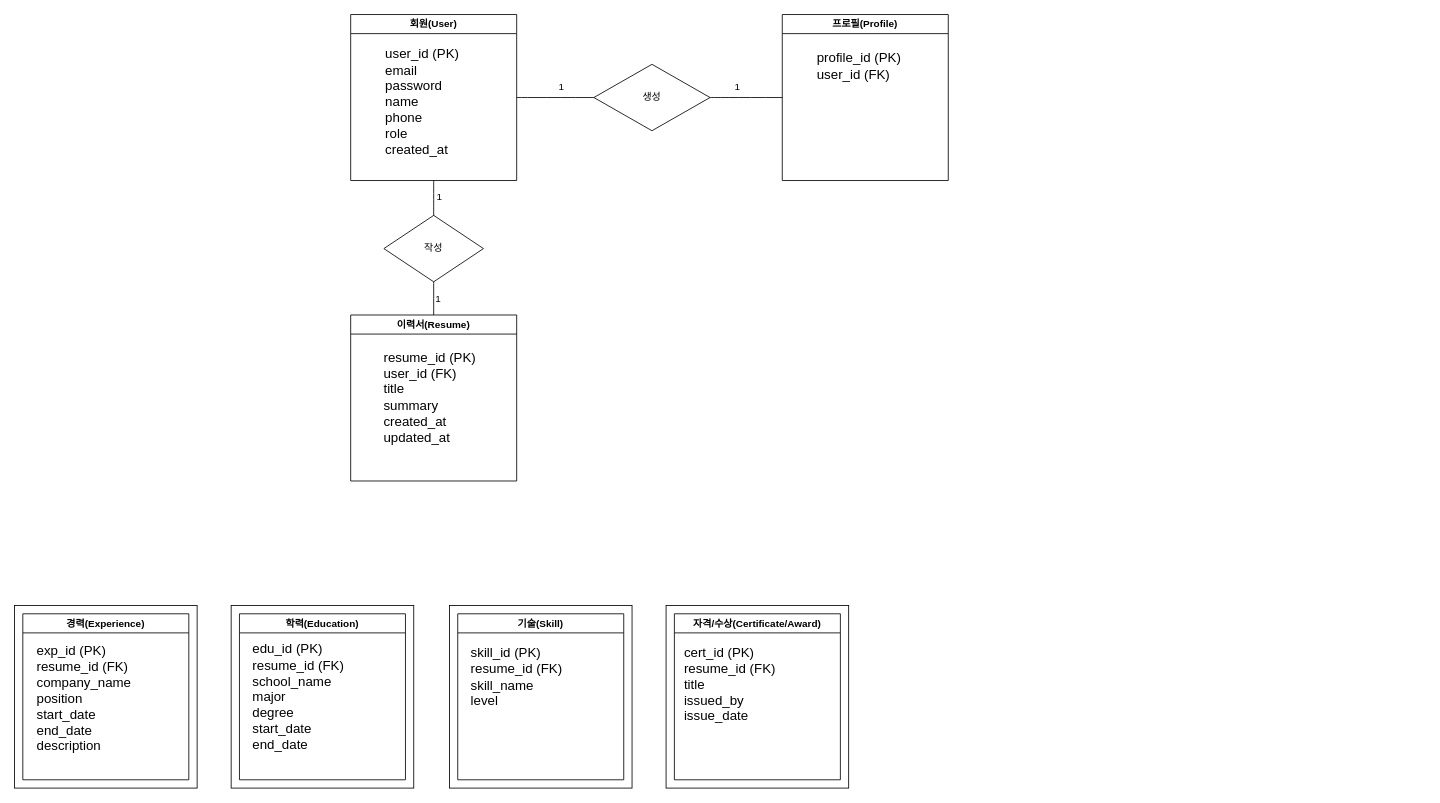
This is test1.drawio from learnner-ms/WebProject, a draw.io file, before an edit. Source tidied: cells renumbered, new cells numbered last; positions are measured from the earlier drawing's top-left corner, leaving out a move shared by most shapes. Both pictures are drawn from the tidied source at 83%, with x=0, y=0 at pixel (14, 14).
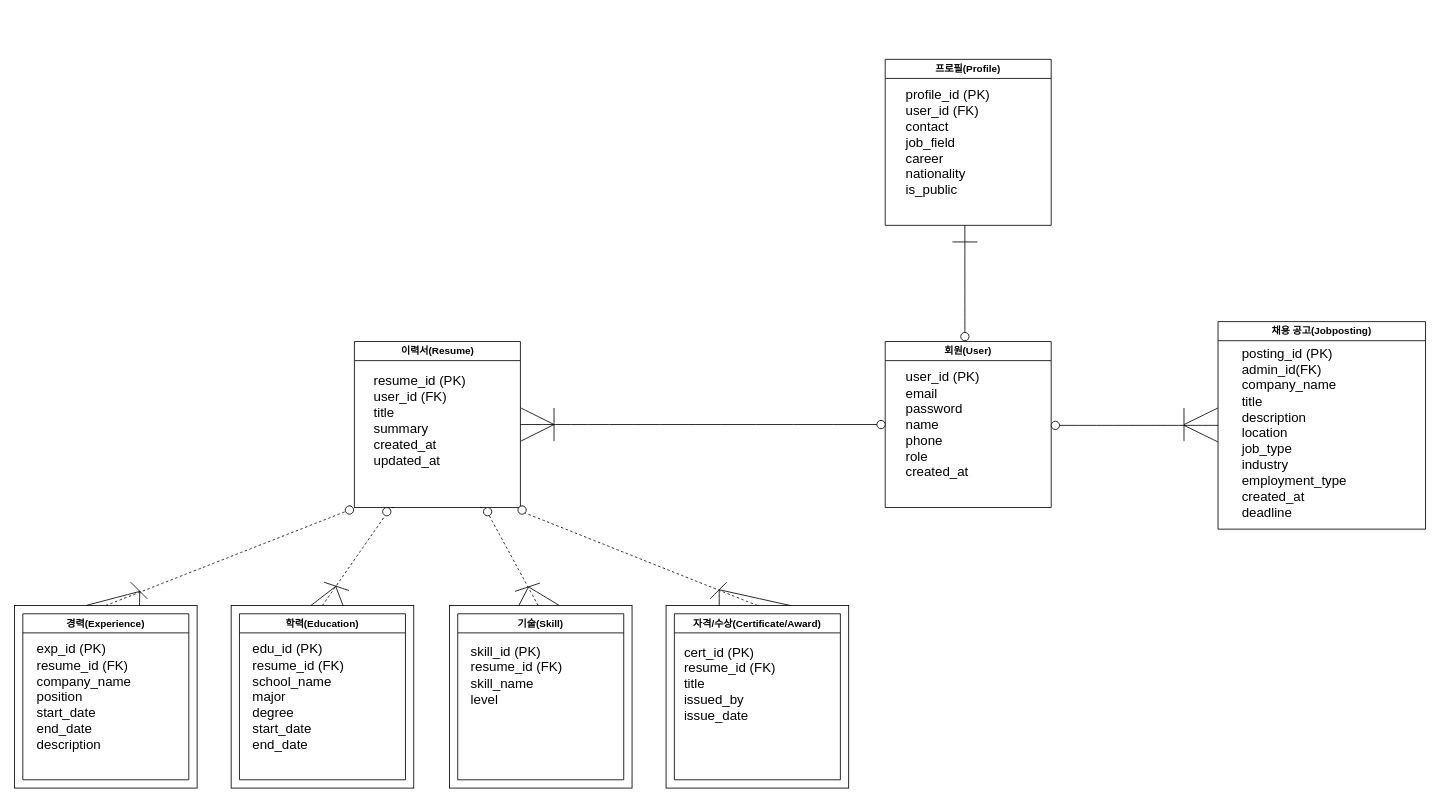
The same page after the edit.

Unchanged cells that the change refers to:
```xml
<mxCell id="16" style="rounded=0;whiteSpace=wrap;html=1;" parent="15" vertex="1">
  <mxGeometry width="220" height="220" as="geometry" />
</mxCell>
<mxCell id="17" value="경력(Experience)" style="swimlane;whiteSpace=wrap;html=1;" parent="15" vertex="1">
  <mxGeometry x="10" y="10" width="200" height="200" as="geometry" />
</mxCell>
<mxCell id="20" style="rounded=0;whiteSpace=wrap;html=1;" parent="19" vertex="1">
  <mxGeometry width="220" height="220" as="geometry" />
</mxCell>
<mxCell id="24" style="rounded=0;whiteSpace=wrap;html=1;" parent="23" vertex="1">
  <mxGeometry width="220" height="220" as="geometry" />
</mxCell>
<mxCell id="25" value="기술(Skill)" style="swimlane;whiteSpace=wrap;html=1;" parent="23" vertex="1">
  <mxGeometry x="10" y="10" width="200" height="200" as="geometry" />
</mxCell>
<mxCell id="27" style="group;" parent="1" vertex="1">
  <mxGeometry x="785" y="712" width="220" height="220" as="geometry" />
</mxCell>
<mxCell id="28" style="rounded=0;whiteSpace=wrap;html=1;" parent="27" vertex="1">
  <mxGeometry width="220" height="220" as="geometry" />
</mxCell>
```

What changed in the source:
```diff
@@
-    <mxCell id="2" style="endArrow=none;html=1;rounded=0;fontSize=12;startSize=8;endSize=8;curved=1;exitX=0.5;exitY=1;exitDx=0;exitDy=0;entryX=0.5;entryY=0;entryDx=0;entryDy=0;" parent="1" edge="1" source="5" target="12">
-      <mxGeometry relative="1" as="geometry" />
-    </mxCell>
-    <mxCell id="3" value="1" style="html=1;whiteSpace=wrap;align=left;verticalAlign=bottom;" parent="2" vertex="1">
-      <mxGeometry x="-1" relative="1" as="geometry">
-        <mxPoint x="2" y="28" as="offset" />
-      </mxGeometry>
-    </mxCell>
-    <mxCell id="4" value="1" style="html=1;whiteSpace=wrap;align=right;verticalAlign=bottom;" parent="2" vertex="1">
-      <mxGeometry x="1" relative="1" as="geometry">
-        <mxPoint x="10" y="-11" as="offset" />
-      </mxGeometry>
-    </mxCell>
     <mxCell id="5" value="회원(User)" style="swimlane;whiteSpace=wrap;html=1;" parent="1" vertex="1">
-      <mxGeometry x="405" width="200" height="200" as="geometry" />
+      <mxGeometry x="1049" y="394" width="200" height="200" as="geometry" />
     </mxCell>
     <mxCell id="6" value="user_id (PK)&lt;div&gt;email&lt;/div&gt;&lt;div&gt;password&lt;/div&gt;&lt;div&gt;name&lt;/div&gt;&lt;div&gt;phone&lt;/div&gt;&lt;div&gt;role&lt;/div&gt;&lt;div&gt;created_at&lt;/div&gt;" style="text;html=1;align=left;verticalAlign=middle;strokeColor=none;fillColor=none;fontSize=16;" parent="5" vertex="1">
-      <mxGeometry x="40" y="30" width="110" height="150" as="geometry" />
+      <mxGeometry x="23" y="25" width="110" height="150" as="geometry" />
     </mxCell>
-    <mxCell id="7" value="생성" style="rhombus;whiteSpace=wrap;html=1;" parent="1" vertex="1">
-      <mxGeometry x="698" y="60" width="140" height="80" as="geometry" />
-    </mxCell>
     <mxCell id="8" value="프로필(Profile)" style="swimlane;whiteSpace=wrap;html=1;" parent="1" vertex="1">
-      <mxGeometry x="925" width="200" height="200" as="geometry" />
+      <mxGeometry x="1049" y="54" width="200" height="200" as="geometry" />
     </mxCell>
-    <mxCell id="9" value="profile_id (PK)&lt;div&gt;user_id (FK)&lt;/div&gt;" style="text;html=1;align=left;verticalAlign=middle;strokeColor=none;fillColor=none;fontSize=16;" parent="1" vertex="1">
-      <mxGeometry x="965" y="37" width="120" height="50" as="geometry" />
+    <mxCell id="9" value="profile_id (PK)&lt;div&gt;user_id (FK)&lt;/div&gt;&lt;div&gt;contact&lt;/div&gt;&lt;div&gt;job_field&lt;/div&gt;&lt;div&gt;career&lt;/div&gt;&lt;div&gt;nationality&lt;/div&gt;&lt;div&gt;is_public&lt;/div&gt;" style="text;html=1;align=left;verticalAlign=middle;strokeColor=none;fillColor=none;fontSize=16;" parent="8" vertex="1">
+      <mxGeometry x="23" y="25" width="120" height="150" as="geometry" />
     </mxCell>
-    <mxCell id="10" style="endArrow=none;html=1;rounded=0;fontSize=12;startSize=8;endSize=8;curved=1;exitX=1;exitY=0.5;exitDx=0;exitDy=0;entryX=0;entryY=0.5;entryDx=0;entryDy=0;" parent="1" edge="1" source="5" target="7">
-      <mxGeometry relative="1" as="geometry" />
-    </mxCell>
-    <mxCell id="11" style="endArrow=none;html=1;rounded=0;fontSize=12;startSize=8;endSize=8;curved=1;exitX=1;exitY=0.5;exitDx=0;exitDy=0;entryX=0;entryY=0.5;entryDx=0;entryDy=0;" parent="1" edge="1" source="7" target="8">
-      <mxGeometry relative="1" as="geometry" />
-    </mxCell>
     <mxCell id="12" value="이력서(Resume)" style="swimlane;whiteSpace=wrap;html=1;" parent="1" vertex="1">
-      <mxGeometry x="405" y="362" width="200" height="200" as="geometry" />
+      <mxGeometry x="409.5" y="394" width="200" height="200" as="geometry" />
     </mxCell>
     <mxCell id="13" value="resume_id (PK)&lt;div&gt;user_id (FK)&lt;/div&gt;&lt;div&gt;title&lt;/div&gt;&lt;div&gt;summary&lt;/div&gt;&lt;div&gt;created_at&lt;/div&gt;&lt;div&gt;updated_at&lt;/div&gt;" style="text;html=1;align=left;verticalAlign=middle;strokeColor=none;fillColor=none;fontSize=16;" parent="12" vertex="1">
-      <mxGeometry x="38" y="34" width="130" height="130" as="geometry" />
+      <mxGeometry x="21" y="30" width="130" height="130" as="geometry" />
     </mxCell>
-    <mxCell id="14" value="작성" style="rhombus;whiteSpace=wrap;html=1;" parent="1" vertex="1">
-      <mxGeometry x="445" y="242" width="120" height="80" as="geometry" />
-    </mxCell>
@@
     <mxCell id="18" value="&lt;font style=&quot;font-size: 16px;&quot;&gt;exp_id (PK)&lt;/font&gt;&lt;div&gt;&lt;font style=&quot;font-size: 16px;&quot;&gt;resume_id (FK)&lt;/font&gt;&lt;/div&gt;&lt;div&gt;&lt;font style=&quot;font-size: 16px;&quot;&gt;company_name&lt;/font&gt;&lt;/div&gt;&lt;div&gt;&lt;font style=&quot;font-size: 16px;&quot;&gt;position&lt;/font&gt;&lt;/div&gt;&lt;div&gt;&lt;font style=&quot;font-size: 16px;&quot;&gt;start_date&lt;/font&gt;&lt;/div&gt;&lt;div&gt;&lt;font style=&quot;font-size: 16px;&quot;&gt;end_date&lt;/font&gt;&lt;/div&gt;&lt;div&gt;&lt;font style=&quot;font-size: 16px;&quot;&gt;description&lt;/font&gt;&lt;/div&gt;" style="text;html=1;align=left;verticalAlign=middle;whiteSpace=wrap;rounded=0;" parent="17" vertex="1">
-      <mxGeometry x="15" y="32" width="140" height="140" as="geometry" />
+      <mxGeometry x="15" y="30" width="140" height="140" as="geometry" />
     </mxCell>
@@
     <mxCell id="26" value="&lt;font style=&quot;font-size: 16px;&quot;&gt;skill_id (PK)&lt;/font&gt;&lt;div&gt;&lt;font style=&quot;font-size: 16px;&quot;&gt;resume_id (FK)&lt;/font&gt;&lt;/div&gt;&lt;div&gt;&lt;span style=&quot;font-size: 16px;&quot;&gt;skill_name&lt;/span&gt;&lt;/div&gt;&lt;div&gt;&lt;span style=&quot;font-size: 16px;&quot;&gt;level&lt;/span&gt;&lt;/div&gt;" style="text;html=1;align=left;verticalAlign=middle;whiteSpace=wrap;rounded=0;" parent="25" vertex="1">
-      <mxGeometry x="14" y="32" width="140" height="88" as="geometry" />
+      <mxGeometry x="14" y="30" width="140" height="88" as="geometry" />
     </mxCell>
@@
     <mxCell id="30" value="&lt;font style=&quot;font-size: 16px;&quot;&gt;cert_id (PK)&lt;/font&gt;&lt;div&gt;&lt;font style=&quot;font-size: 16px;&quot;&gt;resume_id (FK)&lt;/font&gt;&lt;/div&gt;&lt;div&gt;&lt;span style=&quot;font-size: 16px;&quot;&gt;title&lt;/span&gt;&lt;/div&gt;&lt;div&gt;&lt;span style=&quot;font-size: 16px;&quot;&gt;issued_by&lt;/span&gt;&lt;/div&gt;&lt;div&gt;&lt;span style=&quot;font-size: 16px;&quot;&gt;issue_date&lt;/span&gt;&lt;/div&gt;" style="text;html=1;align=left;verticalAlign=middle;whiteSpace=wrap;rounded=0;" parent="27" vertex="1">
-      <mxGeometry x="20" y="40" width="140" height="110" as="geometry" />
+      <mxGeometry x="20" y="39" width="140" height="110" as="geometry" />
     </mxCell>
-    <mxCell id="31" value="1" style="text;strokeColor=none;fillColor=none;spacingLeft=4;spacingRight=4;overflow=hidden;fontSize=12;whiteSpace=wrap;html=1;" parent="1" vertex="1">
-      <mxGeometry x="650" y="74" width="40" height="30" as="geometry" />
-    </mxCell>
-    <mxCell id="32" value="1" style="text;strokeColor=none;fillColor=none;spacingLeft=4;spacingRight=4;overflow=hidden;fontSize=12;whiteSpace=wrap;html=1;" parent="1" vertex="1">
-      <mxGeometry x="862" y="73" width="40" height="30" as="geometry" />
-    </mxCell>
+    <mxCell id="33" style="endArrow=none;dashed=1;html=1;rounded=0;fontSize=12;startSize=8;endSize=8;curved=1;exitX=0.5;exitY=0;exitDx=0;exitDy=0;" parent="1" edge="1" source="50">
+      <mxGeometry relative="1" as="geometry">
+        <mxPoint x="410" y="594" as="targetPoint" />
+      </mxGeometry>
+    </mxCell>
+    <mxCell id="34" style="endArrow=none;dashed=1;html=1;rounded=0;fontSize=12;startSize=8;endSize=8;curved=1;entryX=0.25;entryY=1;entryDx=0;entryDy=0;exitX=0.5;exitY=0;exitDx=0;exitDy=0;" parent="1" edge="1" source="54" target="12">
+      <mxGeometry relative="1" as="geometry" />
+    </mxCell>
+    <mxCell id="35" style="endArrow=none;dashed=1;html=1;rounded=0;fontSize=12;startSize=8;endSize=8;curved=1;entryX=0.75;entryY=1;entryDx=0;entryDy=0;exitX=0.5;exitY=0;exitDx=0;exitDy=0;" parent="1" edge="1" source="52" target="12">
+      <mxGeometry relative="1" as="geometry" />
+    </mxCell>
+    <mxCell id="36" style="endArrow=none;dashed=1;html=1;rounded=0;fontSize=12;startSize=8;endSize=8;curved=1;entryX=1;entryY=1;entryDx=0;entryDy=0;exitX=0.5;exitY=0;exitDx=0;exitDy=0;" parent="1" edge="1" source="56" target="12">
+      <mxGeometry relative="1" as="geometry" />
+    </mxCell>
+    <mxCell id="37" style="endArrow=none;html=1;rounded=0;fontSize=12;startSize=8;endSize=8;curved=1;" parent="1" edge="1">
+      <mxGeometry relative="1" as="geometry">
+        <mxPoint x="160" y="704" as="sourcePoint" />
+        <mxPoint x="140" y="684" as="targetPoint" />
+      </mxGeometry>
+    </mxCell>
+    <mxCell id="38" style="endArrow=none;html=1;rounded=0;fontSize=12;startSize=8;endSize=8;curved=1;exitX=0.684;exitY=0.003;exitDx=0;exitDy=0;exitPerimeter=0;" parent="1" edge="1" source="16">
+      <mxGeometry relative="1" as="geometry">
+        <mxPoint x="151" y="695" as="targetPoint" />
+      </mxGeometry>
+    </mxCell>
+    <mxCell id="39" style="endArrow=none;html=1;rounded=0;fontSize=12;startSize=8;endSize=8;curved=1;exitX=0.395;exitY=-0.001;exitDx=0;exitDy=0;exitPerimeter=0;" parent="1" edge="1" source="16">
+      <mxGeometry relative="1" as="geometry">
+        <mxPoint x="151" y="695" as="targetPoint" />
+      </mxGeometry>
+    </mxCell>
+    <mxCell id="40" style="endArrow=none;html=1;rounded=0;fontSize=12;startSize=8;endSize=8;curved=1;" parent="1" edge="1">
+      <mxGeometry relative="1" as="geometry">
+        <mxPoint x="403" y="694" as="sourcePoint" />
+        <mxPoint x="373" y="684" as="targetPoint" />
+      </mxGeometry>
+    </mxCell>
+    <mxCell id="41" style="endArrow=none;html=1;rounded=0;fontSize=12;startSize=8;endSize=8;curved=1;exitX=0.614;exitY=0.003;exitDx=0;exitDy=0;exitPerimeter=0;" parent="1" edge="1" source="20">
+      <mxGeometry relative="1" as="geometry">
+        <mxPoint x="387" y="689" as="targetPoint" />
+      </mxGeometry>
+    </mxCell>
+    <mxCell id="42" style="endArrow=none;html=1;rounded=0;fontSize=12;startSize=8;endSize=8;curved=1;exitX=0.437;exitY=0;exitDx=0;exitDy=0;exitPerimeter=0;" parent="1" edge="1" source="20">
+      <mxGeometry relative="1" as="geometry">
+        <mxPoint x="387" y="689" as="targetPoint" />
+      </mxGeometry>
+    </mxCell>
+    <mxCell id="43" style="endArrow=none;html=1;rounded=0;fontSize=12;startSize=8;endSize=8;curved=1;" parent="1" edge="1">
+      <mxGeometry relative="1" as="geometry">
+        <mxPoint x="603" y="695" as="sourcePoint" />
+        <mxPoint x="633" y="685" as="targetPoint" />
+      </mxGeometry>
+    </mxCell>
+    <mxCell id="44" style="endArrow=none;html=1;rounded=0;fontSize=12;startSize=8;endSize=8;curved=1;exitX=0.614;exitY=0.003;exitDx=0;exitDy=0;exitPerimeter=0;entryX=0.379;entryY=0.002;entryDx=0;entryDy=0;entryPerimeter=0;" parent="1" edge="1" target="24">
+      <mxGeometry relative="1" as="geometry">
+        <mxPoint x="619" y="690" as="sourcePoint" />
+      </mxGeometry>
+    </mxCell>
+    <mxCell id="45" style="endArrow=none;html=1;rounded=0;fontSize=12;startSize=8;endSize=8;curved=1;exitX=0.614;exitY=0.003;exitDx=0;exitDy=0;exitPerimeter=0;entryX=0.6;entryY=-0.001;entryDx=0;entryDy=0;entryPerimeter=0;" parent="1" edge="1" target="24">
+      <mxGeometry relative="1" as="geometry">
+        <mxPoint x="620" y="690" as="sourcePoint" />
+      </mxGeometry>
+    </mxCell>
+    <mxCell id="46" style="endArrow=none;html=1;rounded=0;fontSize=12;startSize=8;endSize=8;curved=1;" parent="1" edge="1">
+      <mxGeometry relative="1" as="geometry">
+        <mxPoint x="838" y="704" as="sourcePoint" />
+        <mxPoint x="858" y="684" as="targetPoint" />
+      </mxGeometry>
+    </mxCell>
+    <mxCell id="47" style="endArrow=none;html=1;rounded=0;fontSize=12;startSize=8;endSize=8;curved=1;exitX=0.614;exitY=0.003;exitDx=0;exitDy=0;exitPerimeter=0;entryX=0.291;entryY=0.001;entryDx=0;entryDy=0;entryPerimeter=0;" parent="1" edge="1" target="28">
+      <mxGeometry relative="1" as="geometry">
+        <mxPoint x="849" y="693" as="sourcePoint" />
+      </mxGeometry>
+    </mxCell>
+    <mxCell id="48" style="endArrow=none;html=1;rounded=0;fontSize=12;startSize=8;endSize=8;curved=1;entryX=0.684;entryY=0.001;entryDx=0;entryDy=0;entryPerimeter=0;" parent="1" edge="1" target="28">
+      <mxGeometry relative="1" as="geometry">
+        <mxPoint x="849" y="693" as="sourcePoint" />
+      </mxGeometry>
+    </mxCell>
+    <mxCell id="49" style="endArrow=none;dashed=1;html=1;rounded=0;fontSize=12;startSize=8;endSize=8;curved=1;exitX=0.5;exitY=0;exitDx=0;exitDy=0;" parent="1" edge="1" source="16" target="50">
+      <mxGeometry relative="1" as="geometry" />
+    </mxCell>
+    <mxCell id="50" style="ellipse;whiteSpace=wrap;html=1;" parent="1" vertex="1">
+      <mxGeometry x="398.5" y="592" width="10" height="10" as="geometry" />
+    </mxCell>
+    <mxCell id="51" style="endArrow=none;dashed=1;html=1;rounded=0;fontSize=12;startSize=8;endSize=8;curved=1;entryX=0.75;entryY=1;entryDx=0;entryDy=0;exitX=0.485;exitY=-0.001;exitDx=0;exitDy=0;exitPerimeter=0;" parent="1" edge="1" source="24" target="52">
+      <mxGeometry relative="1" as="geometry" />
+    </mxCell>
+    <mxCell id="52" style="ellipse;whiteSpace=wrap;html=1;" parent="1" vertex="1">
+      <mxGeometry x="565" y="594" width="10" height="10" as="geometry" />
+    </mxCell>
+    <mxCell id="53" style="endArrow=none;dashed=1;html=1;rounded=0;fontSize=12;startSize=8;endSize=8;curved=1;entryX=0.25;entryY=1;entryDx=0;entryDy=0;exitX=0.5;exitY=0;exitDx=0;exitDy=0;" parent="1" edge="1" source="20" target="54">
+      <mxGeometry relative="1" as="geometry" />
+    </mxCell>
+    <mxCell id="54" style="ellipse;whiteSpace=wrap;html=1;" parent="1" vertex="1">
+      <mxGeometry x="443.5" y="594" width="10" height="10" as="geometry" />
+    </mxCell>
+    <mxCell id="55" style="endArrow=none;dashed=1;html=1;rounded=0;fontSize=12;startSize=8;endSize=8;curved=1;entryX=1;entryY=1;entryDx=0;entryDy=0;exitX=0.5;exitY=0;exitDx=0;exitDy=0;" parent="1" edge="1" source="28" target="56">
+      <mxGeometry relative="1" as="geometry" />
+    </mxCell>
+    <mxCell id="56" style="ellipse;whiteSpace=wrap;html=1;" parent="1" vertex="1">
+      <mxGeometry x="606.5" y="592" width="10" height="10" as="geometry" />
+    </mxCell>
+    <mxCell id="57" style="ellipse;whiteSpace=wrap;html=1;" parent="1" vertex="1">
+      <mxGeometry x="1039" y="489" width="10" height="10" as="geometry" />
+    </mxCell>
+    <mxCell id="58" style="endArrow=none;html=1;rounded=0;fontSize=12;startSize=8;endSize=8;curved=1;entryX=0;entryY=0.5;entryDx=0;entryDy=0;exitX=1;exitY=0.5;exitDx=0;exitDy=0;" parent="1" edge="1" source="12" target="57">
+      <mxGeometry relative="1" as="geometry" />
+    </mxCell>
+    <mxCell id="59" style="endArrow=none;html=1;rounded=0;fontSize=12;startSize=8;endSize=8;curved=1;" parent="1" edge="1">
+      <mxGeometry relative="1" as="geometry">
+        <mxPoint x="650" y="514" as="sourcePoint" />
+        <mxPoint x="650" y="474" as="targetPoint" />
+      </mxGeometry>
+    </mxCell>
+    <mxCell id="60" style="endArrow=none;html=1;rounded=0;fontSize=12;startSize=8;endSize=8;curved=1;" parent="1" edge="1">
+      <mxGeometry relative="1" as="geometry">
+        <mxPoint x="610" y="474" as="sourcePoint" />
+        <mxPoint x="650" y="494" as="targetPoint" />
+      </mxGeometry>
+    </mxCell>
+    <mxCell id="61" style="endArrow=none;html=1;rounded=0;fontSize=12;startSize=8;endSize=8;curved=1;" parent="1" edge="1">
+      <mxGeometry relative="1" as="geometry">
+        <mxPoint x="610" y="514" as="sourcePoint" />
+        <mxPoint x="650" y="494" as="targetPoint" />
+      </mxGeometry>
+    </mxCell>
+    <mxCell id="62" style="ellipse;whiteSpace=wrap;html=1;" parent="1" vertex="1">
+      <mxGeometry x="1140" y="383" width="10" height="10" as="geometry" />
+    </mxCell>
+    <mxCell id="63" style="endArrow=none;html=1;rounded=0;fontSize=12;startSize=8;endSize=8;curved=1;exitX=0.5;exitY=0;exitDx=0;exitDy=0;entryX=0.5;entryY=1;entryDx=0;entryDy=0;" parent="1" edge="1" source="62">
+      <mxGeometry relative="1" as="geometry">
+        <mxPoint x="1145" y="254" as="targetPoint" />
+      </mxGeometry>
+    </mxCell>
+    <mxCell id="64" style="endArrow=none;html=1;rounded=0;fontSize=12;startSize=8;endSize=8;curved=1;" parent="1" edge="1">
+      <mxGeometry relative="1" as="geometry">
+        <mxPoint x="1160" y="274" as="sourcePoint" />
+        <mxPoint x="1130" y="274" as="targetPoint" />
+      </mxGeometry>
+    </mxCell>
+    <mxCell id="65" value="채용 공고(Jobposting)" style="swimlane;whiteSpace=wrap;html=1;" parent="1" vertex="1">
+      <mxGeometry x="1450" y="370" width="250" height="250" as="geometry" />
+    </mxCell>
+    <mxCell id="66" value="&lt;font&gt;posting_id (PK)&lt;/font&gt;&lt;div&gt;&lt;font&gt;admin_id(FK)&lt;/font&gt;&lt;/div&gt;&lt;div&gt;&lt;font&gt;company_name&lt;/font&gt;&lt;/div&gt;&lt;div&gt;&lt;font&gt;title&lt;/font&gt;&lt;/div&gt;&lt;div&gt;&lt;font&gt;description&lt;/font&gt;&lt;/div&gt;&lt;div&gt;&lt;font&gt;location&lt;/font&gt;&lt;/div&gt;&lt;div&gt;&lt;div&gt;&lt;font&gt;job_type&lt;/font&gt;&lt;/div&gt;&lt;div&gt;&lt;font&gt;industry&lt;/font&gt;&lt;/div&gt;&lt;div&gt;&lt;font&gt;employment_type&lt;/font&gt;&lt;/div&gt;&lt;div&gt;&lt;font&gt;created_at&lt;/font&gt;&lt;/div&gt;&lt;div&gt;&lt;font&gt;deadline&lt;/font&gt;&lt;/div&gt;&lt;/div&gt;" style="text;html=1;align=left;verticalAlign=middle;strokeColor=none;fillColor=none;fontSize=16;" parent="65" vertex="1">
+      <mxGeometry x="27" y="24" width="150" height="220" as="geometry" />
+    </mxCell>
+    <mxCell id="67" style="ellipse;whiteSpace=wrap;html=1;" parent="1" vertex="1">
+      <mxGeometry x="1249" y="490" width="10" height="10" as="geometry" />
+    </mxCell>
+    <mxCell id="68" style="endArrow=none;html=1;rounded=0;fontSize=12;startSize=8;endSize=8;curved=1;entryX=1;entryY=0.5;entryDx=0;entryDy=0;exitX=0;exitY=0.5;exitDx=0;exitDy=0;" parent="1" edge="1" source="65" target="67">
+      <mxGeometry relative="1" as="geometry" />
+    </mxCell>
+    <mxCell id="69" style="endArrow=none;html=1;rounded=0;fontSize=12;startSize=8;endSize=8;curved=1;" parent="1" edge="1">
+      <mxGeometry relative="1" as="geometry">
+        <mxPoint x="1409" y="514" as="sourcePoint" />
+        <mxPoint x="1409" y="474" as="targetPoint" />
+      </mxGeometry>
+    </mxCell>
+    <mxCell id="70" style="endArrow=none;html=1;rounded=0;fontSize=12;startSize=8;endSize=8;curved=1;" parent="1" edge="1">
+      <mxGeometry relative="1" as="geometry">
+        <mxPoint x="1450" y="474" as="sourcePoint" />
+        <mxPoint x="1409" y="494" as="targetPoint" />
+      </mxGeometry>
+    </mxCell>
+    <mxCell id="71" style="endArrow=none;html=1;rounded=0;fontSize=12;startSize=8;endSize=8;curved=1;" parent="1" edge="1">
+      <mxGeometry relative="1" as="geometry">
+        <mxPoint x="1450" y="515" as="sourcePoint" />
+        <mxPoint x="1409" y="495" as="targetPoint" />
+      </mxGeometry>
+    </mxCell>
```
